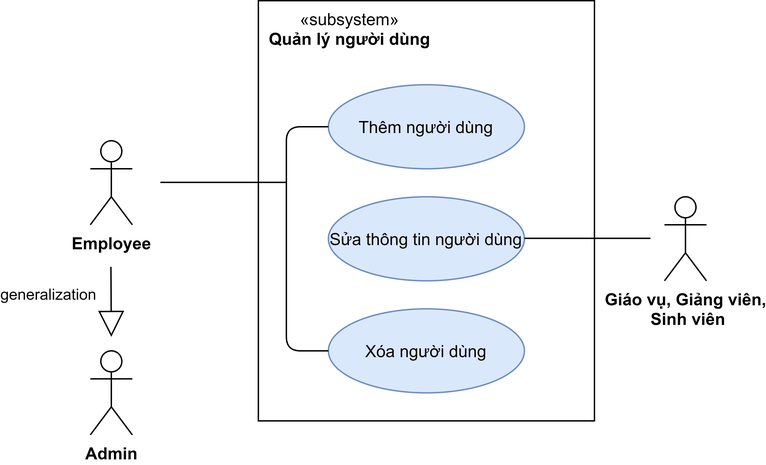
lampn0/quan_ly_do_an_20211 keeps this draw.io diagram as doc/Image/So do use_case/QuanLyDoAn-Usecase_ql_nguoi_dung.png. Above is the earlier version. Source tidied: cells renumbered, new cells last; positions are measured from the earlier drawing's top-left corner, leaving out a move shared by most shapes.
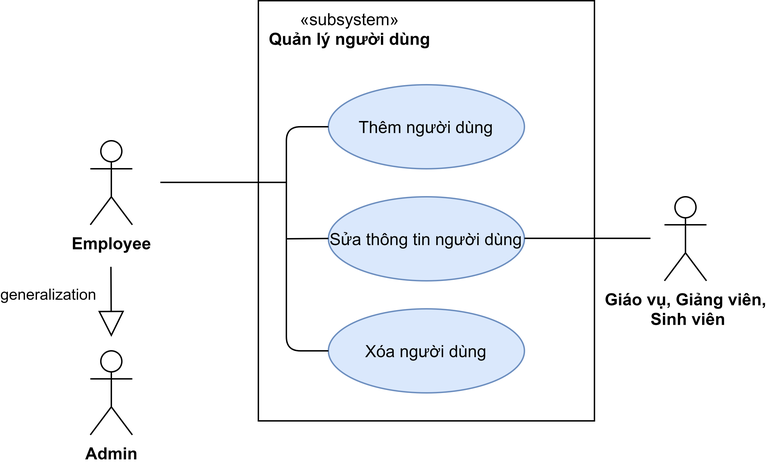
Above is the later version.

Diff of the diagram source:
```diff
@@ -52,5 +52,11 @@
     <mxCell id="13" value="Admin" style="shape=umlActor;verticalLabelPosition=bottom;verticalAlign=top;html=1;rounded=1;shadow=0;glass=0;fillColor=none;align=center;fontStyle=1;" parent="1" vertex="1">
       <mxGeometry y="250" width="30" height="60" as="geometry" />
     </mxCell>
+    <mxCell id="14" style="endArrow=none;html=1;" parent="1" edge="1">
+      <mxGeometry relative="1" as="geometry">
+        <mxPoint x="140" y="170" as="sourcePoint" />
+        <mxPoint x="170" y="169.8" as="targetPoint" />
+      </mxGeometry>
+    </mxCell>
   </root>
 </mxGraphModel>
```
